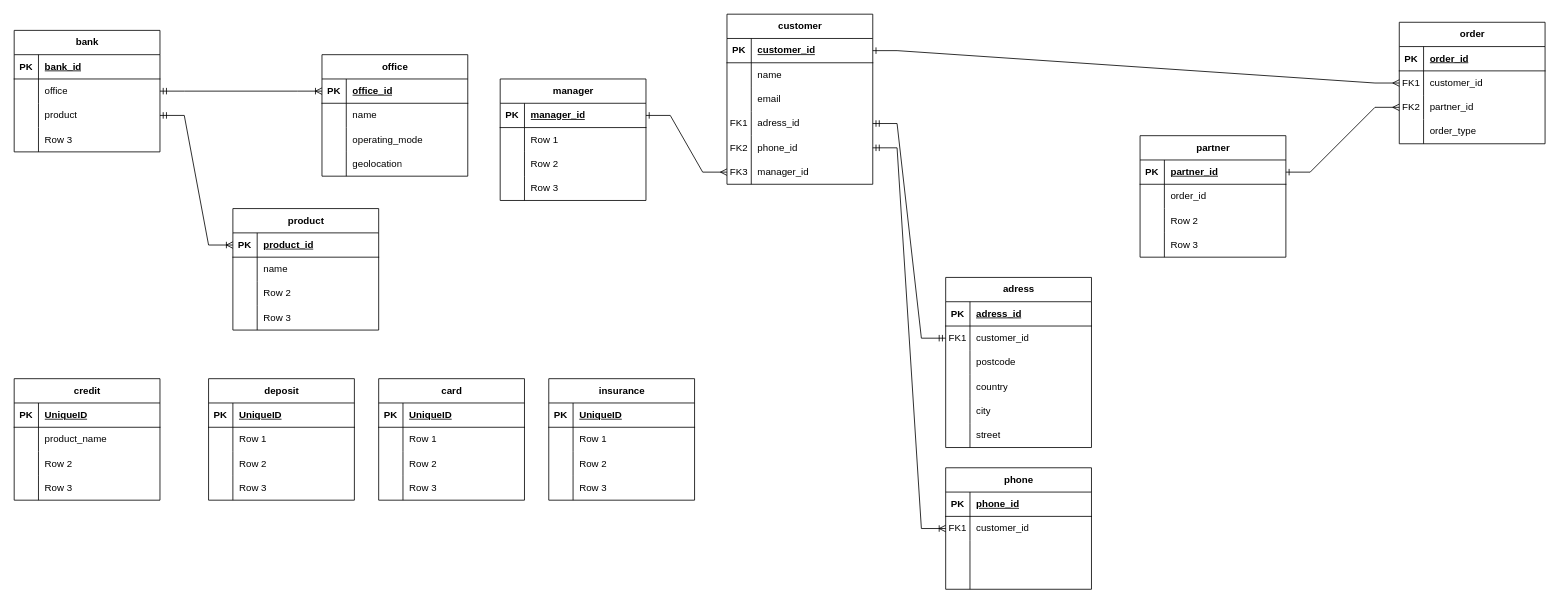
The draw.io diagram Банк_erd.drawio in L-Valentine/Plantuml, before the edit. Source tidied: cells renumbered, new cells numbered last; positions are measured from the earlier drawing's top-left corner, leaving out a move shared by most shapes. Both pictures are drawn from the tidied source at 81%, with x=0, y=0 at pixel (14, 14).
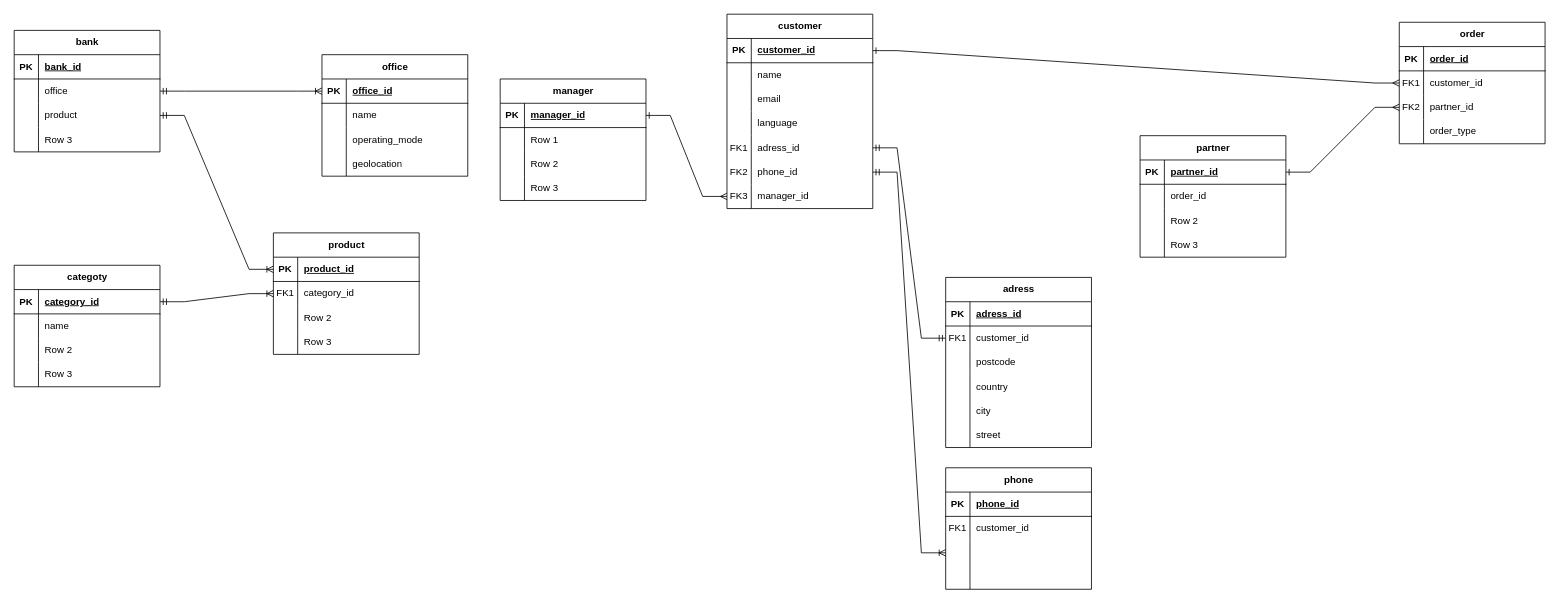
The same page after the edit.

Unchanged cells that the change refers to:
```xml
<mxCell id="9" style="shape=tableRow;horizontal=0;startSize=0;swimlaneHead=0;swimlaneBody=0;fillColor=none;points=[[0,0.5],[1,0.5]];portConstraint=eastwest;top=0;left=0;right=0;bottom=0;" parent="2" vertex="1">
  <mxGeometry y="90" width="180" height="30" as="geometry" />
</mxCell>
<mxCell id="16" style="shape=tableRow;horizontal=0;startSize=0;swimlaneHead=0;swimlaneBody=0;fillColor=none;points=[[0,0.5],[1,0.5]];portConstraint=eastwest;top=0;left=0;right=0;bottom=1;" parent="15" vertex="1">
  <mxGeometry y="30" width="180" height="30" as="geometry" />
</mxCell>
<mxCell id="19" style="shape=tableRow;horizontal=0;startSize=0;swimlaneHead=0;swimlaneBody=0;fillColor=none;top=0;left=0;right=0;bottom=0;" parent="15" vertex="1">
  <mxGeometry y="60" width="180" height="30" as="geometry" />
</mxCell>
<mxCell id="77" style="shape=tableRow;horizontal=0;startSize=0;swimlaneHead=0;swimlaneBody=0;fillColor=none;points=[[0,0.5],[1,0.5]];portConstraint=eastwest;top=0;left=0;right=0;bottom=0;" parent="67" vertex="1">
  <mxGeometry y="120" width="180" height="30" as="geometry" />
</mxCell>
<mxCell id="80" style="shape=tableRow;horizontal=0;startSize=0;swimlaneHead=0;swimlaneBody=0;fillColor=none;points=[[0,0.5],[1,0.5]];portConstraint=eastwest;top=0;left=0;right=0;bottom=0;" parent="67" vertex="1">
  <mxGeometry y="150" width="180" height="30" as="geometry" />
</mxCell>
<mxCell id="83" style="shape=tableRow;horizontal=0;startSize=0;swimlaneHead=0;swimlaneBody=0;fillColor=none;points=[[0,0.5],[1,0.5]];portConstraint=eastwest;top=0;left=0;right=0;bottom=0;" parent="67" vertex="1">
  <mxGeometry y="180" width="180" height="30" as="geometry" />
</mxCell>
<mxCell id="87" style="shape=tableRow;horizontal=0;startSize=0;swimlaneHead=0;swimlaneBody=0;fillColor=none;points=[[0,0.5],[1,0.5]];portConstraint=eastwest;top=0;left=0;right=0;bottom=1;" parent="86" vertex="1">
  <mxGeometry y="30" width="180" height="30" as="geometry" />
</mxCell>
<mxCell id="113" style="shape=tableRow;horizontal=0;startSize=0;swimlaneHead=0;swimlaneBody=0;fillColor=none;points=[[0,0.5],[1,0.5]];portConstraint=eastwest;top=0;left=0;right=0;bottom=1;" parent="112" vertex="1">
  <mxGeometry y="30" width="180" height="30" as="geometry" />
</mxCell>
<mxCell id="116" style="shape=tableRow;horizontal=0;startSize=0;swimlaneHead=0;swimlaneBody=0;fillColor=none;points=[[0,0.5],[1,0.5]];portConstraint=eastwest;top=0;left=0;right=0;bottom=0;" parent="112" vertex="1">
  <mxGeometry y="60" width="180" height="30" as="geometry" />
</mxCell>
<mxCell id="154" style="shape=tableRow;horizontal=0;startSize=0;swimlaneHead=0;swimlaneBody=0;fillColor=none;points=[[0,0.5],[1,0.5]];portConstraint=eastwest;top=0;left=0;right=0;bottom=0;" parent="150" vertex="1">
  <mxGeometry y="60" width="180" height="30" as="geometry" />
</mxCell>
<mxCell id="173" style="shape=tableRow;horizontal=0;startSize=0;swimlaneHead=0;swimlaneBody=0;fillColor=none;points=[[0,0.5],[1,0.5]];portConstraint=eastwest;top=0;left=0;right=0;bottom=0;" parent="169" vertex="1">
  <mxGeometry y="60" width="180" height="30" as="geometry" />
</mxCell>
```

Diff of the diagram source:
```diff
@@
-    <mxCell id="15" value="credit" style="shape=table;startSize=30;childLayout=tableLayout;rowLines=0;fontStyle=1;align=center;html=1;" parent="1" vertex="1">
-      <mxGeometry y="450" width="180" height="150" as="geometry" />
+    <mxCell id="15" value="categoty" style="shape=table;startSize=30;childLayout=tableLayout;rowLines=0;fontStyle=1;align=center;html=1;" parent="1" vertex="1">
+      <mxGeometry y="310" width="180" height="150" as="geometry" />
     </mxCell>
@@
-    <mxCell id="18" value="UniqueID" style="shape=partialRectangle;fillColor=none;top=0;left=0;bottom=0;right=0;align=left;spacingLeft=6;fontStyle=5;overflow=hidden;whiteSpace=wrap;html=1;" parent="16" vertex="1">
+    <mxCell id="18" value="category_id" style="shape=partialRectangle;fillColor=none;top=0;left=0;bottom=0;right=0;align=left;spacingLeft=6;fontStyle=5;overflow=hidden;whiteSpace=wrap;html=1;" parent="16" vertex="1">
       <mxGeometry x="30" width="150" height="30" as="geometry" />
     </mxCell>
@@
-    <mxCell id="21" value="product_name" style="shape=partialRectangle;fillColor=none;top=0;left=0;bottom=0;right=0;align=left;spacingLeft=6;overflow=hidden;whiteSpace=wrap;html=1;" parent="19" vertex="1">
+    <mxCell id="21" value="name" style="shape=partialRectangle;fillColor=none;top=0;left=0;bottom=0;right=0;align=left;spacingLeft=6;overflow=hidden;whiteSpace=wrap;html=1;" parent="19" vertex="1">
       <mxGeometry x="30" width="150" height="30" as="geometry" />
     </mxCell>
@@
-    <mxCell id="28" value="card" style="shape=table;startSize=30;childLayout=tableLayout;rowLines=0;fontStyle=1;align=center;html=1;" parent="1" vertex="1">
-      <mxGeometry x="450" y="450" width="180" height="150" as="geometry" />
-    </mxCell>
-    <mxCell id="29" style="shape=tableRow;horizontal=0;startSize=0;swimlaneHead=0;swimlaneBody=0;fillColor=none;top=0;left=0;right=0;bottom=1;" parent="28" vertex="1">
-      <mxGeometry y="30" width="180" height="30" as="geometry" />
-    </mxCell>
-    <mxCell id="30" value="PK" style="shape=partialRectangle;fillColor=none;top=0;left=0;bottom=0;right=0;fontStyle=1;overflow=hidden;whiteSpace=wrap;html=1;" parent="29" vertex="1">
-      <mxGeometry width="30" height="30" as="geometry" />
-    </mxCell>
-    <mxCell id="31" value="UniqueID" style="shape=partialRectangle;fillColor=none;top=0;left=0;bottom=0;right=0;align=left;spacingLeft=6;fontStyle=5;overflow=hidden;whiteSpace=wrap;html=1;" parent="29" vertex="1">
-      <mxGeometry x="30" width="150" height="30" as="geometry" />
-    </mxCell>
-    <mxCell id="32" style="shape=tableRow;horizontal=0;startSize=0;swimlaneHead=0;swimlaneBody=0;fillColor=none;top=0;left=0;right=0;bottom=0;" parent="28" vertex="1">
-      <mxGeometry y="60" width="180" height="30" as="geometry" />
-    </mxCell>
-    <mxCell id="33" style="shape=partialRectangle;fillColor=none;top=0;left=0;bottom=0;right=0;overflow=hidden;whiteSpace=wrap;html=1;" parent="32" vertex="1">
-      <mxGeometry width="30" height="30" as="geometry" />
-    </mxCell>
-    <mxCell id="34" value="Row 1" style="shape=partialRectangle;fillColor=none;top=0;left=0;bottom=0;right=0;align=left;spacingLeft=6;overflow=hidden;whiteSpace=wrap;html=1;" parent="32" vertex="1">
-      <mxGeometry x="30" width="150" height="30" as="geometry" />
-    </mxCell>
-    <mxCell id="35" style="shape=tableRow;horizontal=0;startSize=0;swimlaneHead=0;swimlaneBody=0;fillColor=none;top=0;left=0;right=0;bottom=0;" parent="28" vertex="1">
-      <mxGeometry y="90" width="180" height="30" as="geometry" />
-    </mxCell>
-    <mxCell id="36" style="shape=partialRectangle;fillColor=none;top=0;left=0;bottom=0;right=0;overflow=hidden;whiteSpace=wrap;html=1;" parent="35" vertex="1">
-      <mxGeometry width="30" height="30" as="geometry" />
-    </mxCell>
-    <mxCell id="37" value="Row 2" style="shape=partialRectangle;fillColor=none;top=0;left=0;bottom=0;right=0;align=left;spacingLeft=6;overflow=hidden;whiteSpace=wrap;html=1;" parent="35" vertex="1">
-      <mxGeometry x="30" width="150" height="30" as="geometry" />
-    </mxCell>
-    <mxCell id="38" style="shape=tableRow;horizontal=0;startSize=0;swimlaneHead=0;swimlaneBody=0;fillColor=none;top=0;left=0;right=0;bottom=0;" parent="28" vertex="1">
-      <mxGeometry y="120" width="180" height="30" as="geometry" />
-    </mxCell>
-    <mxCell id="39" style="shape=partialRectangle;fillColor=none;top=0;left=0;bottom=0;right=0;overflow=hidden;whiteSpace=wrap;html=1;" parent="38" vertex="1">
-      <mxGeometry width="30" height="30" as="geometry" />
-    </mxCell>
-    <mxCell id="40" value="Row 3" style="shape=partialRectangle;fillColor=none;top=0;left=0;bottom=0;right=0;align=left;spacingLeft=6;overflow=hidden;whiteSpace=wrap;html=1;" parent="38" vertex="1">
-      <mxGeometry x="30" width="150" height="30" as="geometry" />
-    </mxCell>
-    <mxCell id="41" value="deposit" style="shape=table;startSize=30;childLayout=tableLayout;rowLines=0;fontStyle=1;align=center;html=1;" parent="1" vertex="1">
-      <mxGeometry x="240" y="450" width="180" height="150" as="geometry" />
-    </mxCell>
-    <mxCell id="42" style="shape=tableRow;horizontal=0;startSize=0;swimlaneHead=0;swimlaneBody=0;fillColor=none;top=0;left=0;right=0;bottom=1;" parent="41" vertex="1">
-      <mxGeometry y="30" width="180" height="30" as="geometry" />
-    </mxCell>
-    <mxCell id="43" value="PK" style="shape=partialRectangle;fillColor=none;top=0;left=0;bottom=0;right=0;fontStyle=1;overflow=hidden;whiteSpace=wrap;html=1;" parent="42" vertex="1">
-      <mxGeometry width="30" height="30" as="geometry" />
-    </mxCell>
-    <mxCell id="44" value="UniqueID" style="shape=partialRectangle;fillColor=none;top=0;left=0;bottom=0;right=0;align=left;spacingLeft=6;fontStyle=5;overflow=hidden;whiteSpace=wrap;html=1;" parent="42" vertex="1">
-      <mxGeometry x="30" width="150" height="30" as="geometry" />
-    </mxCell>
-    <mxCell id="45" style="shape=tableRow;horizontal=0;startSize=0;swimlaneHead=0;swimlaneBody=0;fillColor=none;top=0;left=0;right=0;bottom=0;" parent="41" vertex="1">
-      <mxGeometry y="60" width="180" height="30" as="geometry" />
-    </mxCell>
-    <mxCell id="46" style="shape=partialRectangle;fillColor=none;top=0;left=0;bottom=0;right=0;overflow=hidden;whiteSpace=wrap;html=1;" parent="45" vertex="1">
-      <mxGeometry width="30" height="30" as="geometry" />
-    </mxCell>
-    <mxCell id="47" value="Row 1" style="shape=partialRectangle;fillColor=none;top=0;left=0;bottom=0;right=0;align=left;spacingLeft=6;overflow=hidden;whiteSpace=wrap;html=1;" parent="45" vertex="1">
-      <mxGeometry x="30" width="150" height="30" as="geometry" />
-    </mxCell>
-    <mxCell id="48" style="shape=tableRow;horizontal=0;startSize=0;swimlaneHead=0;swimlaneBody=0;fillColor=none;top=0;left=0;right=0;bottom=0;" parent="41" vertex="1">
-      <mxGeometry y="90" width="180" height="30" as="geometry" />
-    </mxCell>
-    <mxCell id="49" style="shape=partialRectangle;fillColor=none;top=0;left=0;bottom=0;right=0;overflow=hidden;whiteSpace=wrap;html=1;" parent="48" vertex="1">
-      <mxGeometry width="30" height="30" as="geometry" />
-    </mxCell>
-    <mxCell id="50" value="Row 2" style="shape=partialRectangle;fillColor=none;top=0;left=0;bottom=0;right=0;align=left;spacingLeft=6;overflow=hidden;whiteSpace=wrap;html=1;" parent="48" vertex="1">
-      <mxGeometry x="30" width="150" height="30" as="geometry" />
-    </mxCell>
-    <mxCell id="51" style="shape=tableRow;horizontal=0;startSize=0;swimlaneHead=0;swimlaneBody=0;fillColor=none;top=0;left=0;right=0;bottom=0;" parent="41" vertex="1">
-      <mxGeometry y="120" width="180" height="30" as="geometry" />
-    </mxCell>
-    <mxCell id="52" style="shape=partialRectangle;fillColor=none;top=0;left=0;bottom=0;right=0;overflow=hidden;whiteSpace=wrap;html=1;" parent="51" vertex="1">
-      <mxGeometry width="30" height="30" as="geometry" />
-    </mxCell>
-    <mxCell id="53" value="Row 3" style="shape=partialRectangle;fillColor=none;top=0;left=0;bottom=0;right=0;align=left;spacingLeft=6;overflow=hidden;whiteSpace=wrap;html=1;" parent="51" vertex="1">
-      <mxGeometry x="30" width="150" height="30" as="geometry" />
-    </mxCell>
-    <mxCell id="54" value="insurance" style="shape=table;startSize=30;childLayout=tableLayout;rowLines=0;fontStyle=1;align=center;html=1;" parent="1" vertex="1">
-      <mxGeometry x="660" y="450" width="180" height="150" as="geometry" />
-    </mxCell>
-    <mxCell id="55" style="shape=tableRow;horizontal=0;startSize=0;swimlaneHead=0;swimlaneBody=0;fillColor=none;top=0;left=0;right=0;bottom=1;" parent="54" vertex="1">
-      <mxGeometry y="30" width="180" height="30" as="geometry" />
-    </mxCell>
-    <mxCell id="56" value="PK" style="shape=partialRectangle;fillColor=none;top=0;left=0;bottom=0;right=0;fontStyle=1;overflow=hidden;whiteSpace=wrap;html=1;" parent="55" vertex="1">
-      <mxGeometry width="30" height="30" as="geometry" />
-    </mxCell>
-    <mxCell id="57" value="UniqueID" style="shape=partialRectangle;fillColor=none;top=0;left=0;bottom=0;right=0;align=left;spacingLeft=6;fontStyle=5;overflow=hidden;whiteSpace=wrap;html=1;" parent="55" vertex="1">
-      <mxGeometry x="30" width="150" height="30" as="geometry" />
-    </mxCell>
-    <mxCell id="58" style="shape=tableRow;horizontal=0;startSize=0;swimlaneHead=0;swimlaneBody=0;fillColor=none;top=0;left=0;right=0;bottom=0;" parent="54" vertex="1">
-      <mxGeometry y="60" width="180" height="30" as="geometry" />
-    </mxCell>
-    <mxCell id="59" style="shape=partialRectangle;fillColor=none;top=0;left=0;bottom=0;right=0;overflow=hidden;whiteSpace=wrap;html=1;" parent="58" vertex="1">
-      <mxGeometry width="30" height="30" as="geometry" />
-    </mxCell>
-    <mxCell id="60" value="Row 1" style="shape=partialRectangle;fillColor=none;top=0;left=0;bottom=0;right=0;align=left;spacingLeft=6;overflow=hidden;whiteSpace=wrap;html=1;" parent="58" vertex="1">
-      <mxGeometry x="30" width="150" height="30" as="geometry" />
-    </mxCell>
-    <mxCell id="61" style="shape=tableRow;horizontal=0;startSize=0;swimlaneHead=0;swimlaneBody=0;fillColor=none;top=0;left=0;right=0;bottom=0;" parent="54" vertex="1">
-      <mxGeometry y="90" width="180" height="30" as="geometry" />
-    </mxCell>
-    <mxCell id="62" style="shape=partialRectangle;fillColor=none;top=0;left=0;bottom=0;right=0;overflow=hidden;whiteSpace=wrap;html=1;" parent="61" vertex="1">
-      <mxGeometry width="30" height="30" as="geometry" />
-    </mxCell>
-    <mxCell id="63" value="Row 2" style="shape=partialRectangle;fillColor=none;top=0;left=0;bottom=0;right=0;align=left;spacingLeft=6;overflow=hidden;whiteSpace=wrap;html=1;" parent="61" vertex="1">
-      <mxGeometry x="30" width="150" height="30" as="geometry" />
-    </mxCell>
-    <mxCell id="64" style="shape=tableRow;horizontal=0;startSize=0;swimlaneHead=0;swimlaneBody=0;fillColor=none;top=0;left=0;right=0;bottom=0;" parent="54" vertex="1">
-      <mxGeometry y="120" width="180" height="30" as="geometry" />
-    </mxCell>
-    <mxCell id="65" style="shape=partialRectangle;fillColor=none;top=0;left=0;bottom=0;right=0;overflow=hidden;whiteSpace=wrap;html=1;" parent="64" vertex="1">
-      <mxGeometry width="30" height="30" as="geometry" />
-    </mxCell>
-    <mxCell id="66" value="Row 3" style="shape=partialRectangle;fillColor=none;top=0;left=0;bottom=0;right=0;align=left;spacingLeft=6;overflow=hidden;whiteSpace=wrap;html=1;" parent="64" vertex="1">
-      <mxGeometry x="30" width="150" height="30" as="geometry" />
-    </mxCell>
     <mxCell id="67" value="customer" style="shape=table;startSize=30;childLayout=tableLayout;rowLines=0;fontStyle=1;align=center;html=1;" parent="1" vertex="1">
-      <mxGeometry x="880" width="180" height="210" as="geometry" />
+      <mxGeometry x="880" width="180" height="240" as="geometry" />
     </mxCell>
@@
-    <mxCell id="78" value="FK1" style="shape=partialRectangle;fillColor=none;top=0;left=0;bottom=0;right=0;overflow=hidden;whiteSpace=wrap;html=1;" parent="77" vertex="1">
+    <mxCell id="78" style="shape=partialRectangle;fillColor=none;top=0;left=0;bottom=0;right=0;overflow=hidden;whiteSpace=wrap;html=1;" parent="77" vertex="1">
       <mxGeometry width="30" height="30" as="geometry" />
     </mxCell>
-    <mxCell id="79" value="adress_id" style="shape=partialRectangle;fillColor=none;top=0;left=0;bottom=0;right=0;align=left;spacingLeft=6;overflow=hidden;whiteSpace=wrap;html=1;" parent="77" vertex="1">
+    <mxCell id="79" value="language" style="shape=partialRectangle;fillColor=none;top=0;left=0;bottom=0;right=0;align=left;spacingLeft=6;overflow=hidden;whiteSpace=wrap;html=1;" parent="77" vertex="1">
       <mxGeometry x="30" width="150" height="30" as="geometry" />
     </mxCell>
@@
-    <mxCell id="81" value="FK2" style="shape=partialRectangle;fillColor=none;top=0;left=0;bottom=0;right=0;overflow=hidden;whiteSpace=wrap;html=1;" parent="80" vertex="1">
+    <mxCell id="81" value="FK1" style="shape=partialRectangle;fillColor=none;top=0;left=0;bottom=0;right=0;overflow=hidden;whiteSpace=wrap;html=1;" parent="80" vertex="1">
       <mxGeometry width="30" height="30" as="geometry" />
     </mxCell>
-    <mxCell id="82" value="phone_id" style="shape=partialRectangle;fillColor=none;top=0;left=0;bottom=0;right=0;align=left;spacingLeft=6;overflow=hidden;whiteSpace=wrap;html=1;" parent="80" vertex="1">
+    <mxCell id="82" value="adress_id" style="shape=partialRectangle;fillColor=none;top=0;left=0;bottom=0;right=0;align=left;spacingLeft=6;overflow=hidden;whiteSpace=wrap;html=1;" parent="80" vertex="1">
       <mxGeometry x="30" width="150" height="30" as="geometry" />
     </mxCell>
@@
-    <mxCell id="84" value="FK3" style="shape=partialRectangle;fillColor=none;top=0;left=0;bottom=0;right=0;overflow=hidden;whiteSpace=wrap;html=1;" parent="83" vertex="1">
+    <mxCell id="84" value="FK2" style="shape=partialRectangle;fillColor=none;top=0;left=0;bottom=0;right=0;overflow=hidden;whiteSpace=wrap;html=1;" parent="83" vertex="1">
       <mxGeometry width="30" height="30" as="geometry" />
     </mxCell>
-    <mxCell id="85" value="manager_id" style="shape=partialRectangle;fillColor=none;top=0;left=0;bottom=0;right=0;align=left;spacingLeft=6;overflow=hidden;whiteSpace=wrap;html=1;" parent="83" vertex="1">
+    <mxCell id="85" value="phone_id" style="shape=partialRectangle;fillColor=none;top=0;left=0;bottom=0;right=0;align=left;spacingLeft=6;overflow=hidden;whiteSpace=wrap;html=1;" parent="83" vertex="1">
       <mxGeometry x="30" width="150" height="30" as="geometry" />
     </mxCell>
+    <mxCell id="201" style="shape=tableRow;horizontal=0;startSize=0;swimlaneHead=0;swimlaneBody=0;fillColor=none;points=[[0,0.5],[1,0.5]];portConstraint=eastwest;top=0;left=0;right=0;bottom=0;" parent="67" vertex="1">
+      <mxGeometry y="210" width="180" height="30" as="geometry" />
+    </mxCell>
+    <mxCell id="202" value="FK3" style="shape=partialRectangle;fillColor=none;top=0;left=0;bottom=0;right=0;overflow=hidden;whiteSpace=wrap;html=1;" parent="201" vertex="1">
+      <mxGeometry width="30" height="30" as="geometry" />
+    </mxCell>
+    <mxCell id="203" value="manager_id" style="shape=partialRectangle;fillColor=none;top=0;left=0;bottom=0;right=0;align=left;spacingLeft=6;overflow=hidden;whiteSpace=wrap;html=1;" parent="201" vertex="1">
+      <mxGeometry x="30" width="150" height="30" as="geometry" />
+    </mxCell>
@@
     <mxCell id="112" value="product" style="shape=table;startSize=30;childLayout=tableLayout;rowLines=0;fontStyle=1;align=center;html=1;" parent="1" vertex="1">
-      <mxGeometry x="270" y="240" width="180" height="150" as="geometry" />
+      <mxGeometry x="320" y="270" width="180" height="150" as="geometry" />
     </mxCell>
@@
-    <mxCell id="117" style="shape=partialRectangle;fillColor=none;top=0;left=0;bottom=0;right=0;overflow=hidden;whiteSpace=wrap;html=1;" parent="116" vertex="1">
+    <mxCell id="117" value="FK1" style="shape=partialRectangle;fillColor=none;top=0;left=0;bottom=0;right=0;overflow=hidden;whiteSpace=wrap;html=1;" parent="116" vertex="1">
       <mxGeometry width="30" height="30" as="geometry" />
     </mxCell>
-    <mxCell id="118" value="name" style="shape=partialRectangle;fillColor=none;top=0;left=0;bottom=0;right=0;align=left;spacingLeft=6;overflow=hidden;whiteSpace=wrap;html=1;" parent="116" vertex="1">
+    <mxCell id="118" value="category_id" style="shape=partialRectangle;fillColor=none;top=0;left=0;bottom=0;right=0;align=left;spacingLeft=6;overflow=hidden;whiteSpace=wrap;html=1;" parent="116" vertex="1">
       <mxGeometry x="30" width="150" height="30" as="geometry" />
     </mxCell>
@@
-    <mxCell id="182" style="edgeStyle=entityRelationEdgeStyle;fontSize=12;html=1;endArrow=ERmany;startArrow=ERone;rounded=0;exitX=1;exitY=0.5;exitDx=0;exitDy=0;startFill=0;endFill=0;entryX=0;entryY=0.5;entryDx=0;entryDy=0;" parent="1" edge="1" source="87" target="83">
+    <mxCell id="182" style="edgeStyle=entityRelationEdgeStyle;fontSize=12;html=1;endArrow=ERmany;startArrow=ERone;rounded=0;exitX=1;exitY=0.5;exitDx=0;exitDy=0;startFill=0;endFill=0;entryX=0;entryY=0.5;entryDx=0;entryDy=0;" parent="1" edge="1" source="87" target="201">
       <mxGeometry relative="1" as="geometry">
         <Array as="points">
           <mxPoint x="720" y="162.5" />
           <mxPoint x="870" y="190" />
           <mxPoint x="870" y="190" />
         </Array>
       </mxGeometry>
     </mxCell>
-    <mxCell id="183" style="edgeStyle=entityRelationEdgeStyle;fontSize=12;html=1;endArrow=ERmandOne;startArrow=ERmandOne;rounded=0;exitX=1;exitY=0.5;exitDx=0;exitDy=0;entryX=0;entryY=0.5;entryDx=0;entryDy=0;" parent="1" edge="1" source="77" target="154">
+    <mxCell id="183" style="edgeStyle=entityRelationEdgeStyle;fontSize=12;html=1;endArrow=ERmandOne;startArrow=ERmandOne;rounded=0;exitX=1;exitY=0.5;exitDx=0;exitDy=0;entryX=0;entryY=0.5;entryDx=0;entryDy=0;" parent="1" edge="1" source="80" target="154">
       <mxGeometry relative="1" as="geometry">
         <Array as="points">
           <mxPoint x="1160" y="297.5" />
         </Array>
       </mxGeometry>
     </mxCell>
-    <mxCell id="184" style="edgeStyle=entityRelationEdgeStyle;fontSize=12;html=1;endArrow=ERoneToMany;startArrow=ERmandOne;rounded=0;entryX=0;entryY=0.5;entryDx=0;entryDy=0;exitX=1;exitY=0.5;exitDx=0;exitDy=0;" parent="1" edge="1" source="80" target="173">
+    <mxCell id="184" style="edgeStyle=entityRelationEdgeStyle;fontSize=12;html=1;endArrow=ERoneToMany;startArrow=ERmandOne;rounded=0;entryX=0;entryY=0.5;entryDx=0;entryDy=0;exitX=1;exitY=0.5;exitDx=0;exitDy=0;" parent="1" edge="1" source="83">
       <mxGeometry relative="1" as="geometry">
+        <mxPoint x="1150" y="665" as="targetPoint" />
         <Array as="points">
-          <mxPoint x="1080" y="160" />
-          <mxPoint x="1070" y="345" />
+          <mxPoint x="1080" y="190" />
+          <mxPoint x="1070" y="375" />
         </Array>
       </mxGeometry>
     </mxCell>
@@
-    <mxCell id="200" style="edgeStyle=entityRelationEdgeStyle;fontSize=12;html=1;endArrow=ERoneToMany;startArrow=ERmandOne;rounded=0;exitX=1;exitY=0.5;exitDx=0;exitDy=0;entryX=0;entryY=0.5;entryDx=0;entryDy=0;" parent="1" edge="1" source="9" target="113">
+    <mxCell id="200" style="edgeStyle=entityRelationEdgeStyle;fontSize=12;html=1;endArrow=ERoneToMany;startArrow=ERmandOne;rounded=0;entryX=0;entryY=0.5;entryDx=0;entryDy=0;exitX=1;exitY=0.5;exitDx=0;exitDy=0;" parent="1" edge="1" source="9" target="113">
       <mxGeometry relative="1" as="geometry" />
     </mxCell>
+    <mxCell id="204" style="edgeStyle=entityRelationEdgeStyle;fontSize=12;html=1;endArrow=ERoneToMany;startArrow=ERmandOne;rounded=0;entryX=0;entryY=0.5;entryDx=0;entryDy=0;exitX=1;exitY=0.5;exitDx=0;exitDy=0;" parent="1" edge="1" source="16" target="116">
+      <mxGeometry relative="1" as="geometry">
+        <Array as="points">
+          <mxPoint x="190" y="360" />
+        </Array>
+      </mxGeometry>
+    </mxCell>
```
